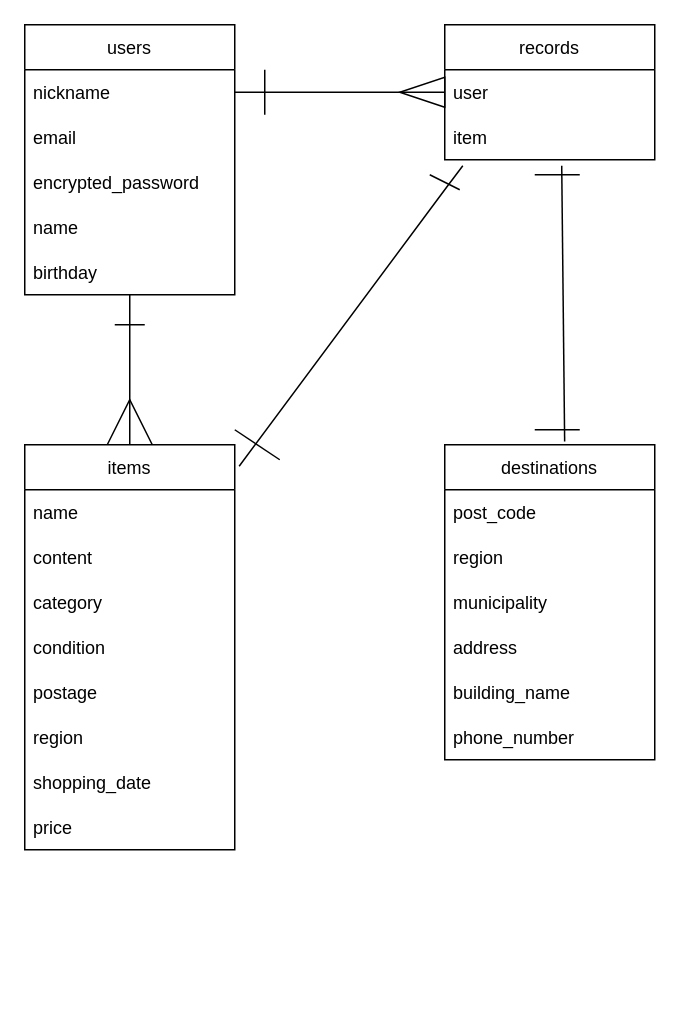
The draw.io diagram test.dio in kazuhira1228/furima-37853, before the edit. Source tidied: cells renumbered, new cells numbered last; positions are measured from the earlier drawing's top-left corner, leaving out a move shared by most shapes. Both pictures are drawn from the tidied source at 150%, with x=0, y=0 at pixel (24, 24).
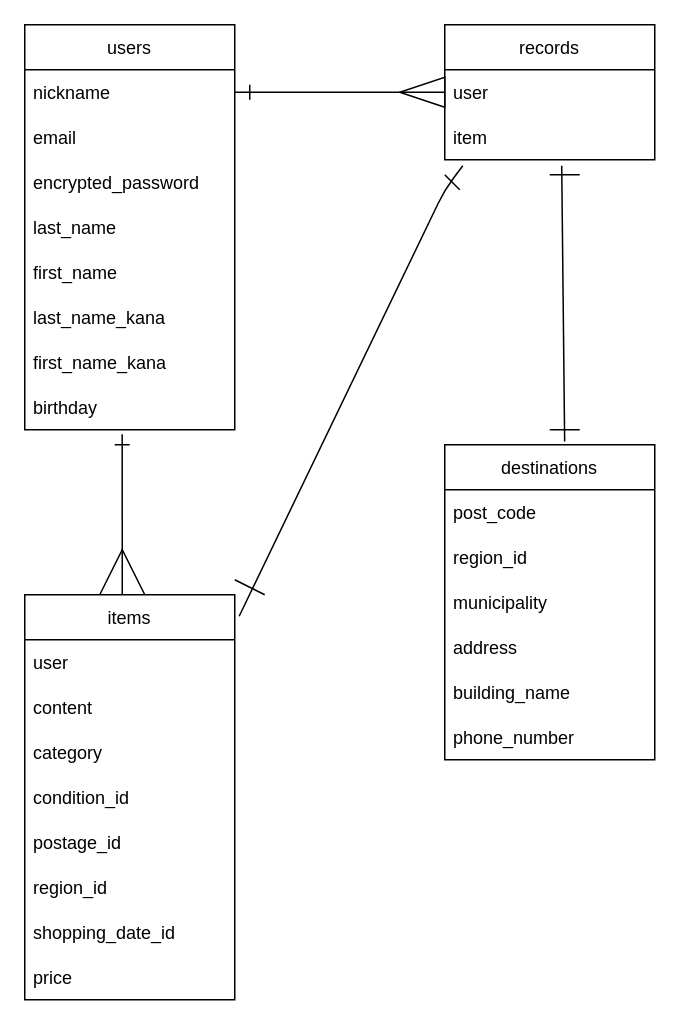
After the change.

Commit message (it also covers changes not shown here):
データベース設計　third commit

The change refers to these unchanged cells:
```xml
<mxCell id="21" value="records" style="swimlane;fontStyle=0;horizontal=1;startSize=30;" parent="1" vertex="1">
  <mxGeometry x="280" width="140" height="90" as="geometry" />
</mxCell>
<mxCell id="25" value="destinations" style="swimlane;fontStyle=0;horizontal=1;startSize=30;" parent="1" vertex="1">
  <mxGeometry x="280" y="280" width="140" height="210" as="geometry" />
</mxCell>
```

Diff of the diagram source:
```diff
@@
     <mxCell id="3" style="triangle;whiteSpace=wrap;html=1;rotation=-90;" parent="1" vertex="1">
-      <mxGeometry x="55" y="250" width="30" height="30" as="geometry" />
+      <mxGeometry x="50" y="350" width="30" height="30" as="geometry" />
     </mxCell>
     <mxCell id="4" value="users" style="swimlane;fontStyle=0;horizontal=1;startSize=30;" parent="1" vertex="1">
-      <mxGeometry width="140" height="180" as="geometry" />
+      <mxGeometry width="140" height="270" as="geometry" />
     </mxCell>
@@
     <mxCell id="6" style="endArrow=none;html=1;" parent="4" edge="1">
       <mxGeometry relative="1" as="geometry">
-        <mxPoint x="160" y="60" as="sourcePoint" />
-        <mxPoint x="160" y="30" as="targetPoint" />
+        <mxPoint x="150" y="50" as="sourcePoint" />
+        <mxPoint x="150" y="40" as="targetPoint" />
       </mxGeometry>
     </mxCell>
@@
-    <mxCell id="9" value="name    " style="text;strokeColor=none;fillColor=none;align=left;verticalAlign=middle;spacingLeft=4;spacingRight=4;overflow=hidden;" parent="4" vertex="1">
+    <mxCell id="9" value="last_name    " style="text;strokeColor=none;fillColor=none;align=left;verticalAlign=middle;spacingLeft=4;spacingRight=4;overflow=hidden;" parent="4" vertex="1">
       <mxGeometry y="120" width="140" height="30" as="geometry" />
     </mxCell>
+    <mxCell id="39" value="first_name" style="text;strokeColor=none;fillColor=none;align=left;verticalAlign=middle;spacingLeft=4;spacingRight=4;overflow=hidden;" parent="4" vertex="1">
+      <mxGeometry y="150" width="140" height="30" as="geometry" />
+    </mxCell>
+    <mxCell id="40" value="last_name_kana" style="text;strokeColor=none;fillColor=none;align=left;verticalAlign=middle;spacingLeft=4;spacingRight=4;overflow=hidden;" parent="4" vertex="1">
+      <mxGeometry y="180" width="140" height="30" as="geometry" />
+    </mxCell>
+    <mxCell id="41" value="first_name_kana" style="text;strokeColor=none;fillColor=none;align=left;verticalAlign=middle;spacingLeft=4;spacingRight=4;overflow=hidden;" parent="4" vertex="1">
+      <mxGeometry y="210" width="140" height="30" as="geometry" />
+    </mxCell>
     <mxCell id="10" style="endArrow=none;html=1;" parent="4" edge="1">
       <mxGeometry relative="1" as="geometry">
-        <mxPoint x="60" y="200" as="sourcePoint" />
-        <mxPoint x="80" y="200" as="targetPoint" />
+        <mxPoint x="60" y="280" as="sourcePoint" />
+        <mxPoint x="70" y="280" as="targetPoint" />
       </mxGeometry>
     </mxCell>
     <mxCell id="11" value="birthday" style="text;strokeColor=none;fillColor=none;align=left;verticalAlign=middle;spacingLeft=4;spacingRight=4;overflow=hidden;points=[[0,0.5],[1,0.5]];portConstraint=eastwest;" parent="4" vertex="1">
-      <mxGeometry y="150" width="140" height="30" as="geometry" />
+      <mxGeometry y="240" width="140" height="30" as="geometry" />
     </mxCell>
     <mxCell id="12" value="items" style="swimlane;fontStyle=0;horizontal=1;startSize=30;" parent="1" vertex="1">
-      <mxGeometry y="280" width="140" height="270" as="geometry" />
+      <mxGeometry y="380" width="140" height="270" as="geometry" />
     </mxCell>
-    <mxCell id="13" value="name" style="text;strokeColor=none;fillColor=none;align=left;verticalAlign=middle;spacingLeft=4;spacingRight=4;overflow=hidden;" parent="12" vertex="1">
+    <mxCell id="13" value="user" style="text;strokeColor=none;fillColor=none;align=left;verticalAlign=middle;spacingLeft=4;spacingRight=4;overflow=hidden;" parent="12" vertex="1">
       <mxGeometry y="30" width="140" height="30" as="geometry" />
     </mxCell>
@@
-    <mxCell id="16" value="condition" style="text;strokeColor=none;fillColor=none;align=left;verticalAlign=middle;spacingLeft=4;spacingRight=4;overflow=hidden;" parent="12" vertex="1">
+    <mxCell id="16" value="condition_id" style="text;strokeColor=none;fillColor=none;align=left;verticalAlign=middle;spacingLeft=4;spacingRight=4;overflow=hidden;" parent="12" vertex="1">
       <mxGeometry y="120" width="140" height="30" as="geometry" />
     </mxCell>
-    <mxCell id="17" value="postage" style="text;strokeColor=none;fillColor=none;align=left;verticalAlign=middle;spacingLeft=4;spacingRight=4;overflow=hidden;" parent="12" vertex="1">
+    <mxCell id="17" value="postage_id" style="text;strokeColor=none;fillColor=none;align=left;verticalAlign=middle;spacingLeft=4;spacingRight=4;overflow=hidden;" parent="12" vertex="1">
       <mxGeometry y="150" width="140" height="30" as="geometry" />
     </mxCell>
-    <mxCell id="18" value="region" style="text;strokeColor=none;fillColor=none;align=left;verticalAlign=middle;spacingLeft=4;spacingRight=4;overflow=hidden;" parent="12" vertex="1">
+    <mxCell id="18" value="region_id" style="text;strokeColor=none;fillColor=none;align=left;verticalAlign=middle;spacingLeft=4;spacingRight=4;overflow=hidden;" parent="12" vertex="1">
       <mxGeometry y="180" width="140" height="30" as="geometry" />
     </mxCell>
-    <mxCell id="19" value="shopping_date" style="text;strokeColor=none;fillColor=none;align=left;verticalAlign=middle;spacingLeft=4;spacingRight=4;overflow=hidden;" parent="12" vertex="1">
+    <mxCell id="19" value="shopping_date_id" style="text;strokeColor=none;fillColor=none;align=left;verticalAlign=middle;spacingLeft=4;spacingRight=4;overflow=hidden;" parent="12" vertex="1">
       <mxGeometry y="210" width="140" height="30" as="geometry" />
     </mxCell>
@@
     <mxCell id="23" style="endArrow=none;html=1;" parent="21" edge="1">
       <mxGeometry relative="1" as="geometry">
-        <mxPoint x="60" y="100" as="sourcePoint" />
+        <mxPoint x="70" y="100" as="sourcePoint" />
         <mxPoint x="90" y="100" as="targetPoint" />
       </mxGeometry>
     </mxCell>
@@
-    <mxCell id="27" value="region" style="text;strokeColor=none;fillColor=none;align=left;verticalAlign=middle;spacingLeft=4;spacingRight=4;overflow=hidden;" parent="25" vertex="1">
+    <mxCell id="27" value="region_id" style="text;strokeColor=none;fillColor=none;align=left;verticalAlign=middle;spacingLeft=4;spacingRight=4;overflow=hidden;" parent="25" vertex="1">
       <mxGeometry y="60" width="140" height="30" as="geometry" />
     </mxCell>
@@
-    <mxCell id="35" style="endArrow=none;html=1;exitX=0;exitY=0.5;exitDx=0;exitDy=0;" parent="1" edge="1" source="3">
-      <mxGeometry relative="1" as="geometry">
-        <mxPoint x="70" y="180" as="targetPoint" />
-      </mxGeometry>
+    <mxCell id="35" style="endArrow=none;html=1;exitX=0;exitY=0.5;exitDx=0;exitDy=0;entryX=0.464;entryY=1.1;entryDx=0;entryDy=0;entryPerimeter=0;" parent="1" edge="1" source="3" target="11">
+      <mxGeometry relative="1" as="geometry" />
     </mxCell>
     <mxCell id="36" style="endArrow=none;html=1;" parent="1" edge="1">
       <mxGeometry relative="1" as="geometry">
-        <mxPoint x="340" y="270" as="sourcePoint" />
+        <mxPoint x="350" y="270" as="sourcePoint" />
         <mxPoint x="370" y="270" as="targetPoint" />
       </mxGeometry>
     </mxCell>
     <mxCell id="37" style="endArrow=none;html=1;" parent="1" edge="1">
       <mxGeometry relative="1" as="geometry">
         <mxPoint x="290" y="110" as="sourcePoint" />
-        <mxPoint x="270" y="100" as="targetPoint" />
+        <mxPoint x="280" y="100" as="targetPoint" />
       </mxGeometry>
     </mxCell>
     <mxCell id="38" style="endArrow=none;html=1;" parent="1" edge="1">
       <mxGeometry relative="1" as="geometry">
-        <mxPoint x="140" y="270" as="sourcePoint" />
-        <mxPoint x="170" y="290" as="targetPoint" />
+        <mxPoint x="140" y="370" as="sourcePoint" />
+        <mxPoint x="160" y="380" as="targetPoint" />
       </mxGeometry>
     </mxCell>
```
